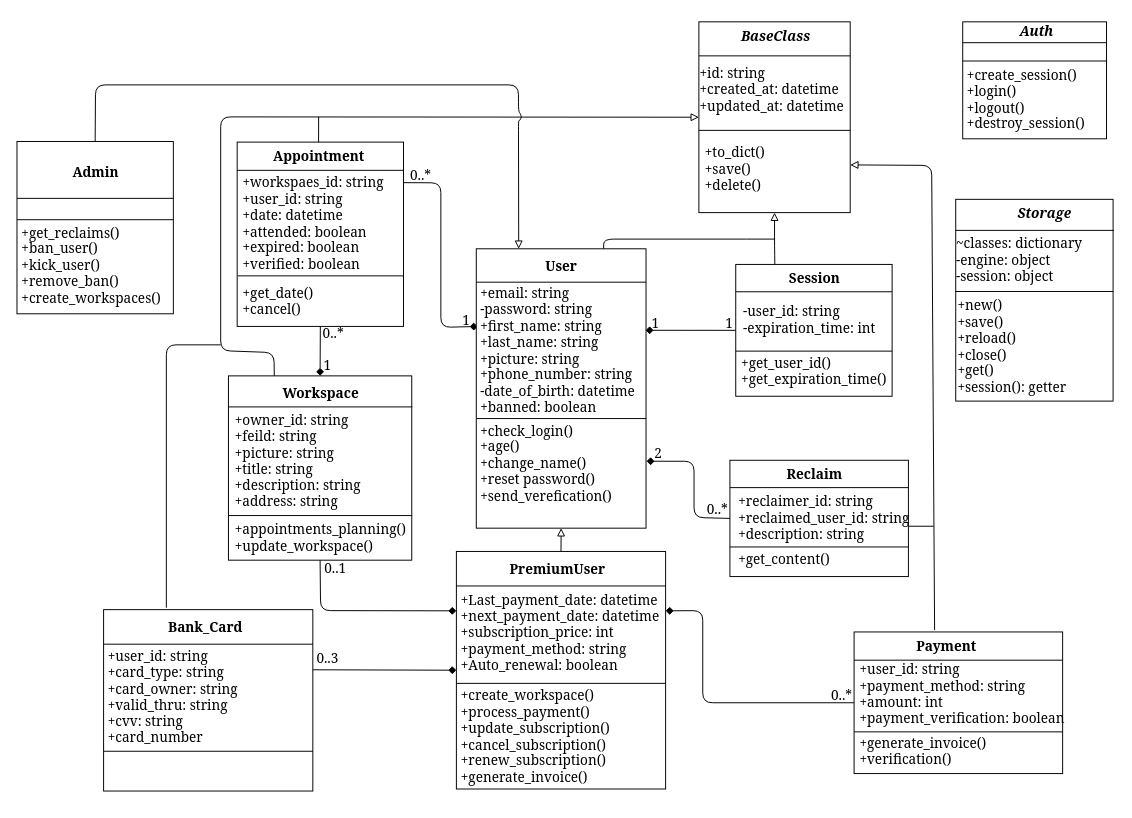
The draw.io diagram UML/class_diagram/diagram.dio in Kolapo-code/Booker, before the edit. Source tidied: cells renumbered, new cells numbered last; positions are measured from the earlier drawing's top-left corner, leaving out a move shared by most shapes. Both pictures are drawn from the tidied source at 97%, with x=0, y=0 at pixel (16, 16).
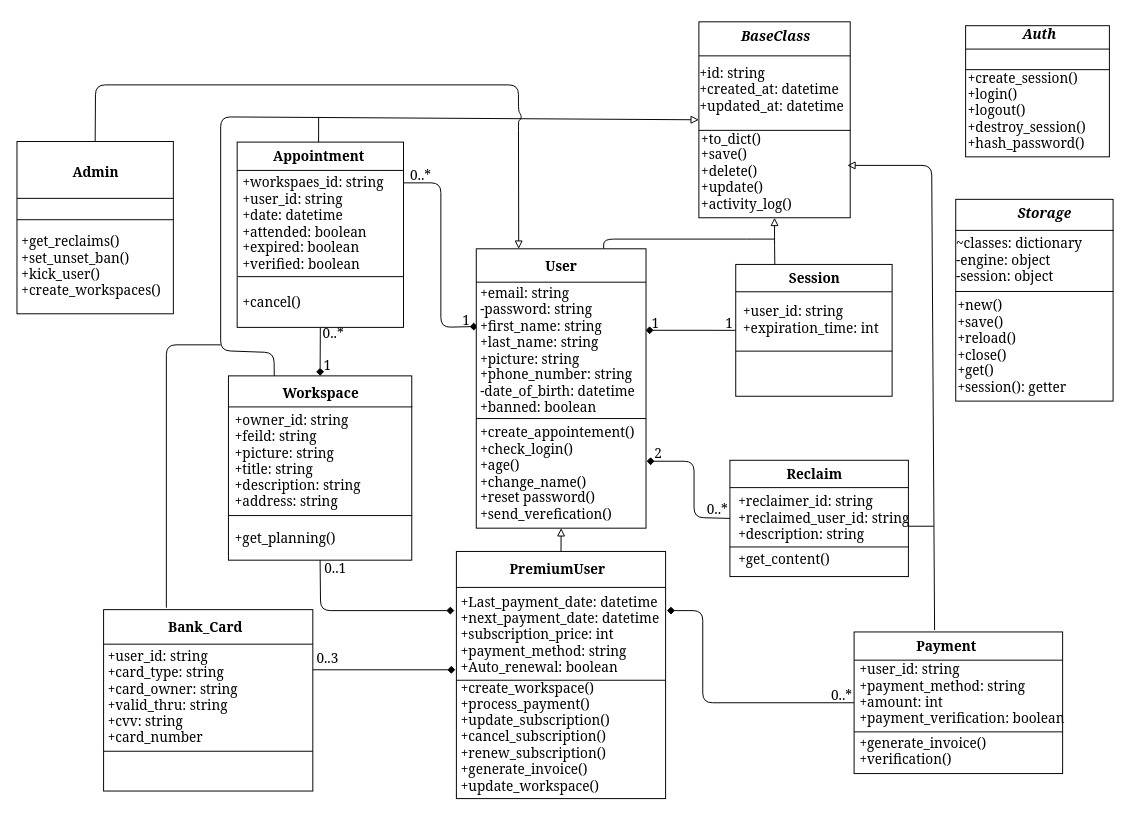
After the change.

Unchanged cells that the change refers to:
```xml
<mxCell id="23" style="rounded=0;whiteSpace=wrap;html=1;fillColor=#ffffff;strokeColor=#000000;" parent="1" vertex="1">
  <mxGeometry x="218" y="370" width="189" height="190" as="geometry" />
</mxCell>
<mxCell id="50" style="rounded=0;whiteSpace=wrap;html=1;fillColor=#ffffff;strokeColor=#000000;" parent="49" vertex="1">
  <mxGeometry width="215" height="146" as="geometry" />
</mxCell>
<mxCell id="68" style="group;" parent="1" vertex="1">
  <mxGeometry x="733" y="255.1" width="178" height="135.9" as="geometry" />
</mxCell>
```

The edit, as a diff of the source:
```diff
@@
     <mxCell id="2" style="group;" parent="1" vertex="1">
-      <mxGeometry x="703" y="5" width="159.5" height="199" as="geometry" />
+      <mxGeometry x="703" y="5" width="159.5" height="202" as="geometry" />
     </mxCell>
     <mxCell id="3" style="rounded=0;whiteSpace=wrap;html=1;fillColor=#ffffff;strokeColor=#000000;" parent="2" vertex="1">
-      <mxGeometry width="156" height="196.7" as="geometry" />
+      <mxGeometry width="156" height="202" as="geometry" />
     </mxCell>
@@
-    <mxCell id="8" value="&lt;div style=&quot;text-align: left; font-size: 14px;&quot;&gt;+to_dict()&lt;br&gt;+save()&lt;/div&gt;&lt;div style=&quot;text-align: left; font-size: 14px;&quot;&gt;+delete()&lt;/div&gt;" style="text;html=1;align=center;verticalAlign=middle;strokeColor=none;fillColor=none;fontColor=#000000;fontFamily=Georgia;" parent="2" vertex="1">
-      <mxGeometry x="-4" y="121" width="82" height="62" as="geometry" />
+    <mxCell id="8" value="&lt;div style=&quot;text-align: left; font-size: 14px;&quot;&gt;+to_dict()&lt;br&gt;+save()&lt;/div&gt;&lt;div style=&quot;text-align: left; font-size: 14px;&quot;&gt;+delete()&lt;/div&gt;&lt;div style=&quot;text-align: left; font-size: 14px;&quot;&gt;+update()&lt;/div&gt;&lt;div style=&quot;text-align: left; font-size: 14px;&quot;&gt;+activity_log()&lt;/div&gt;" style="text;html=1;align=center;verticalAlign=middle;strokeColor=none;fillColor=none;fontColor=#000000;fontFamily=Georgia;" parent="2" vertex="1">
+      <mxGeometry x="-6" y="106" width="110" height="96" as="geometry" />
     </mxCell>
@@
     <mxCell id="16" style="group;" parent="1" vertex="1">
-      <mxGeometry x="227" y="129" width="172" height="190" as="geometry" />
+      <mxGeometry x="227" y="129" width="172" height="191" as="geometry" />
     </mxCell>
     <mxCell id="17" style="rounded=0;whiteSpace=wrap;html=1;fillColor=#ffffff;strokeColor=#000000;" parent="16" vertex="1">
-      <mxGeometry width="171.5" height="190" as="geometry" />
+      <mxGeometry width="171.5" height="191" as="geometry" />
     </mxCell>
     <mxCell id="18" style="endArrow=none;html=1;entryX=1;entryY=0.25;entryDx=0;entryDy=0;exitX=0;exitY=0.25;exitDx=0;exitDy=0;strokeColor=#000000;rounded=0;" parent="16" edge="1">
       <mxGeometry relative="1" as="geometry">
-        <mxPoint x="0.5" y="137.9" as="sourcePoint" />
-        <mxPoint x="172" y="137.9" as="targetPoint" />
+        <mxPoint x="0.5" y="138.7" as="sourcePoint" />
+        <mxPoint x="172" y="138.7" as="targetPoint" />
       </mxGeometry>
     </mxCell>
     <mxCell id="19" style="endArrow=none;html=1;entryX=1;entryY=0.25;entryDx=0;entryDy=0;exitX=0;exitY=0.25;exitDx=0;exitDy=0;strokeColor=#000000;rounded=0;" parent="16" edge="1">
       <mxGeometry relative="1" as="geometry">
-        <mxPoint y="29.1" as="sourcePoint" />
-        <mxPoint x="171.5" y="29.1" as="targetPoint" />
+        <mxPoint y="29.2" as="sourcePoint" />
+        <mxPoint x="171.5" y="29.2" as="targetPoint" />
       </mxGeometry>
     </mxCell>
@@
     <mxCell id="21" value="&lt;div style=&quot;font-size: 14px;&quot;&gt;+workspaes_id: string&lt;/div&gt;&lt;div style=&quot;font-size: 14px;&quot;&gt;+user_id: string&lt;/div&gt;&lt;div style=&quot;font-size: 14px;&quot;&gt;+date: datetime&lt;/div&gt;&lt;div style=&quot;font-size: 14px;&quot;&gt;+attended: boolean&lt;/div&gt;&lt;div style=&quot;font-size: 14px;&quot;&gt;+expired: boolean&lt;/div&gt;&lt;div style=&quot;font-size: 14px;&quot;&gt;+verified: boolean&lt;/div&gt;" style="text;html=1;align=left;verticalAlign=middle;strokeColor=none;fillColor=none;fontColor=#000000;fontFamily=Georgia;" parent="16" vertex="1">
-      <mxGeometry x="4.4" y="27.7" width="157" height="113" as="geometry" />
+      <mxGeometry x="4.4" y="27.9" width="157" height="113" as="geometry" />
     </mxCell>
-    <mxCell id="22" value="&lt;div style=&quot;font-size: 14px;&quot;&gt;&lt;span style=&quot;background-color: initial;&quot;&gt;+get_date()&lt;/span&gt;&lt;br&gt;&lt;/div&gt;&lt;div style=&quot;font-size: 14px;&quot;&gt;+cancel()&lt;/div&gt;" style="text;html=1;align=left;verticalAlign=middle;strokeColor=none;fillColor=none;fontColor=#000000;fontFamily=Georgia;" parent="16" vertex="1">
-      <mxGeometry x="4.4" y="140.7" width="92" height="46" as="geometry" />
+    <mxCell id="22" value="&lt;div style=&quot;font-size: 14px;&quot;&gt;&lt;span style=&quot;background-color: initial;&quot;&gt;+cancel()&lt;/span&gt;&lt;br&gt;&lt;/div&gt;" style="text;html=1;align=left;verticalAlign=middle;strokeColor=none;fillColor=none;fontColor=#000000;fontFamily=Georgia;" parent="16" vertex="1">
+      <mxGeometry x="4.4" y="150.5" width="76" height="29" as="geometry" />
     </mxCell>
@@
-    <mxCell id="28" value="&lt;div style=&quot;font-size: 14px;&quot;&gt;+appointments_planning()&lt;/div&gt;&lt;div style=&quot;font-size: 14px;&quot;&gt;&lt;span style=&quot;background-color: initial;&quot;&gt;+update_workspace()&lt;/span&gt;&lt;/div&gt;" style="text;html=1;align=left;verticalAlign=middle;strokeColor=none;fillColor=none;fontColor=#000000;fontFamily=Georgia;" parent="1" vertex="1">
-      <mxGeometry x="222.8" y="514" width="188" height="46" as="geometry" />
+    <mxCell id="28" value="&lt;div style=&quot;font-size: 14px;&quot;&gt;+get_planning()&lt;/div&gt;" style="text;html=1;align=left;verticalAlign=middle;strokeColor=none;fillColor=none;fontColor=#000000;fontFamily=Georgia;" parent="1" vertex="1">
+      <mxGeometry x="222.8" y="523" width="120" height="29" as="geometry" />
     </mxCell>
     <mxCell id="29" style="group;" parent="1" vertex="1">
-      <mxGeometry x="473.5" y="239" width="177" height="288" as="geometry" />
+      <mxGeometry x="473.5" y="239" width="177" height="297" as="geometry" />
     </mxCell>
@@
-    <mxCell id="34" value="&lt;div style=&quot;font-size: 14px;&quot;&gt;+check_login()&lt;/div&gt;&lt;div style=&quot;font-size: 14px;&quot;&gt;+age()&lt;/div&gt;&lt;div style=&quot;font-size: 14px;&quot;&gt;+change_name()&lt;/div&gt;&lt;div style=&quot;font-size: 14px;&quot;&gt;+reset password()&lt;/div&gt;&lt;div style=&quot;font-size: 14px;&quot;&gt;+send_verefication()&lt;/div&gt;" style="text;html=1;align=left;verticalAlign=middle;strokeColor=none;fillColor=none;fontColor=#000000;fontFamily=Georgia;" parent="29" vertex="1">
-      <mxGeometry x="2" y="173" width="149" height="96" as="geometry" />
+    <mxCell id="34" value="&lt;div style=&quot;font-size: 14px;&quot;&gt;+create_appointement()&lt;/div&gt;&lt;div style=&quot;font-size: 14px;&quot;&gt;+check_login()&lt;/div&gt;&lt;div style=&quot;font-size: 14px;&quot;&gt;+age()&lt;/div&gt;&lt;div style=&quot;font-size: 14px;&quot;&gt;+change_name()&lt;/div&gt;&lt;div style=&quot;font-size: 14px;&quot;&gt;+reset password()&lt;/div&gt;&lt;div style=&quot;font-size: 14px;&quot;&gt;+send_verefication()&lt;/div&gt;" style="text;html=1;align=left;verticalAlign=middle;strokeColor=none;fillColor=none;fontColor=#000000;fontFamily=Georgia;" parent="29" vertex="1">
+      <mxGeometry x="2" y="175" width="171" height="113" as="geometry" />
     </mxCell>
@@
     <mxCell id="40" style="group;" parent="1" vertex="1">
-      <mxGeometry x="453" y="551" width="218" height="247" as="geometry" />
+      <mxGeometry x="453" y="551" width="218" height="257" as="geometry" />
     </mxCell>
     <mxCell id="41" style="rounded=0;whiteSpace=wrap;html=1;fillColor=#ffffff;strokeColor=#000000;" parent="40" vertex="1">
-      <mxGeometry width="215.7" height="244.9" as="geometry" />
+      <mxGeometry width="215.7" height="254.8" as="geometry" />
     </mxCell>
     <mxCell id="42" style="endArrow=none;html=1;entryX=1;entryY=0.25;entryDx=0;entryDy=0;exitX=0;exitY=0.25;exitDx=0;exitDy=0;strokeColor=#000000;rounded=0;" parent="40" edge="1">
       <mxGeometry relative="1" as="geometry">
-        <mxPoint y="136" as="sourcePoint" />
-        <mxPoint x="215.7" y="136" as="targetPoint" />
+        <mxPoint y="132.8" as="sourcePoint" />
+        <mxPoint x="215.7" y="132.8" as="targetPoint" />
       </mxGeometry>
     </mxCell>
     <mxCell id="43" style="endArrow=none;html=1;entryX=1;entryY=0.25;entryDx=0;entryDy=0;exitX=0;exitY=0.25;exitDx=0;exitDy=0;strokeColor=#000000;rounded=0;" parent="40" edge="1">
       <mxGeometry relative="1" as="geometry">
-        <mxPoint y="35.6" as="sourcePoint" />
-        <mxPoint x="215.7" y="35.6" as="targetPoint" />
+        <mxPoint y="37.1" as="sourcePoint" />
+        <mxPoint x="215.7" y="37.1" as="targetPoint" />
       </mxGeometry>
     </mxCell>
     <mxCell id="44" value="&lt;font color=&quot;#000000&quot;&gt;&lt;span style=&quot;font-size: 14px;&quot;&gt;PremiumUser&lt;/span&gt;&lt;/font&gt;" style="text;html=1;align=center;verticalAlign=middle;strokeColor=none;fillColor=none;fontStyle=1;fontFamily=Georgia;" parent="40" vertex="1">
-      <mxGeometry x="44" y="4" width="120" height="29" as="geometry" />
+      <mxGeometry x="44" y="4.2" width="120" height="29" as="geometry" />
     </mxCell>
     <mxCell id="45" value="&lt;div style=&quot;font-size: 14px;&quot;&gt;+Last_payment_date: datetime&lt;/div&gt;&lt;div style=&quot;font-size: 14px;&quot;&gt;+next_payment_date: datetime&lt;/div&gt;&lt;div style=&quot;font-size: 14px;&quot;&gt;+subscription_price: int&lt;/div&gt;&lt;div style=&quot;font-size: 14px;&quot;&gt;+payment_method: string&lt;/div&gt;&lt;div style=&quot;font-size: 14px;&quot;&gt;+Auto_renewal: boolean&lt;/div&gt;" style="text;html=1;align=left;verticalAlign=middle;strokeColor=none;fillColor=none;fontColor=#000000;fontFamily=Georgia;" parent="40" vertex="1">
-      <mxGeometry x="3" y="36.3" width="215" height="96" as="geometry" />
+      <mxGeometry x="3" y="37.8" width="215" height="96" as="geometry" />
     </mxCell>
-    <mxCell id="46" value="&lt;div style=&quot;font-size: 14px;&quot;&gt;+create_workspace()&lt;/div&gt;&lt;div style=&quot;font-size: 14px;&quot;&gt;+process_payment()&lt;/div&gt;&lt;div style=&quot;font-size: 14px;&quot;&gt;+update_subscription()&lt;br&gt;+cancel_subscription()&lt;/div&gt;&lt;div style=&quot;font-size: 14px;&quot;&gt;+renew_subscription()&lt;br&gt;+generate_invoice()&lt;/div&gt;" style="text;html=1;align=left;verticalAlign=middle;strokeColor=none;fillColor=none;fontColor=#000000;fontFamily=Georgia;" parent="40" vertex="1">
-      <mxGeometry x="3" y="134" width="166" height="113" as="geometry" />
+    <mxCell id="46" value="&lt;div style=&quot;font-size: 14px;&quot;&gt;+create_workspace()&lt;/div&gt;&lt;div style=&quot;font-size: 14px;&quot;&gt;+process_payment()&lt;/div&gt;&lt;div style=&quot;font-size: 14px;&quot;&gt;+update_subscription()&lt;br&gt;+cancel_subscription()&lt;/div&gt;&lt;div style=&quot;font-size: 14px;&quot;&gt;+renew_subscription()&lt;br&gt;+generate_invoice()&lt;/div&gt;&lt;span style=&quot;font-size: 14px;&quot;&gt;+update_workspace()&lt;/span&gt;" style="text;html=1;align=left;verticalAlign=middle;strokeColor=none;fillColor=none;fontColor=#000000;fontFamily=Georgia;" parent="40" vertex="1">
+      <mxGeometry x="3" y="125.8" width="166" height="130" as="geometry" />
     </mxCell>
-    <mxCell id="47" style="endArrow=none;html=1;strokeColor=#000000;fontFamily=Georgia;fontSize=14;fontColor=#000000;sourcePerimeterSpacing=0;targetPerimeterSpacing=0;jumpSize=0;endFill=0;startArrow=diamond;startFill=1;entryX=0;entryY=0.5;entryDx=0;entryDy=0;exitX=1;exitY=0.25;exitDx=0;exitDy=0;" parent="1" edge="1" source="41" target="50">
+    <mxCell id="47" style="endArrow=none;html=1;strokeColor=#000000;fontFamily=Georgia;fontSize=14;fontColor=#000000;sourcePerimeterSpacing=0;targetPerimeterSpacing=0;jumpSize=0;endFill=0;startArrow=diamond;startFill=1;entryX=0;entryY=0.5;entryDx=0;entryDy=0;" parent="1" edge="1" target="50">
       <mxGeometry relative="1" as="geometry">
+        <mxPoint x="670" y="612" as="sourcePoint" />
         <Array as="points">
           <mxPoint x="707" y="612" />
           <mxPoint x="707" y="707" />
         </Array>
       </mxGeometry>
     </mxCell>
@@
-    <mxCell id="57" style="endArrow=none;html=1;strokeColor=#000000;fontFamily=Georgia;fontSize=14;fontColor=#000000;sourcePerimeterSpacing=0;targetPerimeterSpacing=0;jumpSize=0;entryX=0.5;entryY=1;entryDx=0;entryDy=0;exitX=0;exitY=0.25;exitDx=0;exitDy=0;endFill=0;startArrow=diamond;startFill=1;" parent="1" edge="1" source="41" target="23">
+    <mxCell id="57" style="endArrow=none;html=1;strokeColor=#000000;fontFamily=Georgia;fontSize=14;fontColor=#000000;sourcePerimeterSpacing=0;targetPerimeterSpacing=0;jumpSize=0;entryX=0.5;entryY=1;entryDx=0;entryDy=0;endFill=0;startArrow=diamond;startFill=1;" parent="1" edge="1" target="23">
       <mxGeometry relative="1" as="geometry">
+        <mxPoint x="451" y="612" as="sourcePoint" />
         <Array as="points">
           <mxPoint x="313" y="612" />
         </Array>
       </mxGeometry>
     </mxCell>
@@
-    <mxCell id="63" value="&lt;div style=&quot;font-size: 14px;&quot;&gt;+get_reclaims()&lt;br&gt;+ban_user()&lt;/div&gt;&lt;div style=&quot;font-size: 14px;&quot;&gt;+kick_user()&lt;/div&gt;&lt;div style=&quot;font-size: 14px;&quot;&gt;+remove_ban()&lt;/div&gt;&lt;div style=&quot;font-size: 14px;&quot;&gt;+create_workspaces()&lt;/div&gt;" style="text;html=1;align=left;verticalAlign=middle;strokeColor=none;fillColor=none;fontColor=#000000;fontFamily=Georgia;" parent="1" vertex="1">
-      <mxGeometry x="3.1" y="208" width="155" height="96" as="geometry" />
+    <mxCell id="63" value="&lt;div style=&quot;font-size: 14px;&quot;&gt;+get_reclaims()&lt;br&gt;+set_unset_ban()&lt;/div&gt;&lt;div style=&quot;font-size: 14px;&quot;&gt;+kick_user()&lt;/div&gt;&lt;div style=&quot;font-size: 14px;&quot;&gt;+create_workspaces()&lt;/div&gt;" style="text;html=1;align=left;verticalAlign=middle;strokeColor=none;fillColor=none;fontColor=#000000;fontFamily=Georgia;" parent="1" vertex="1">
+      <mxGeometry x="3.1" y="217" width="155" height="79" as="geometry" />
     </mxCell>
@@
-    <mxCell id="74" value="&lt;div style=&quot;font-size: 14px;&quot;&gt;-user_id: string&lt;/div&gt;&lt;div style=&quot;font-size: 14px;&quot;&gt;&lt;/div&gt;&lt;span style=&quot;font-size: 14px;&quot;&gt;-expiration_time: int&lt;/span&gt;" style="text;html=1;align=left;verticalAlign=middle;strokeColor=none;fillColor=none;fontColor=#000000;fontFamily=Georgia;" parent="68" vertex="1">
-      <mxGeometry x="14.1" y="33.9" width="149" height="46" as="geometry" />
+    <mxCell id="74" value="&lt;div style=&quot;font-size: 14px;&quot;&gt;+user_id: string&lt;/div&gt;&lt;div style=&quot;font-size: 14px;&quot;&gt;&lt;/div&gt;&lt;span style=&quot;font-size: 14px;&quot;&gt;+expiration_time: int&lt;/span&gt;" style="text;html=1;align=left;verticalAlign=middle;strokeColor=none;fillColor=none;fontColor=#000000;fontFamily=Georgia;" parent="68" vertex="1">
+      <mxGeometry x="14.1" y="33.9" width="152" height="46" as="geometry" />
     </mxCell>
-    <mxCell id="75" value="&lt;div style=&quot;font-size: 14px;&quot;&gt;+get_user_id()&lt;/div&gt;&lt;div style=&quot;font-size: 14px;&quot;&gt;+get_expiration_time()&lt;/div&gt;" style="text;html=1;align=left;verticalAlign=middle;strokeColor=none;fillColor=none;fontColor=#000000;fontFamily=Georgia;" parent="68" vertex="1">
-      <mxGeometry x="12" y="86.9" width="166" height="46" as="geometry" />
-    </mxCell>
@@
-    <mxCell id="86" style="endArrow=diamond;html=1;fontFamily=Georgia;fontSize=14;fontColor=#000000;entryX=0;entryY=0.5;entryDx=0;entryDy=0;strokeColor=#000000;endFill=1;" parent="1" edge="1" target="41">
+    <mxCell id="86" style="endArrow=diamond;html=1;fontFamily=Georgia;fontSize=14;fontColor=#000000;strokeColor=#000000;endFill=1;" parent="1" edge="1">
       <mxGeometry relative="1" as="geometry">
         <mxPoint x="305" y="673" as="sourcePoint" />
+        <mxPoint x="452" y="673" as="targetPoint" />
       </mxGeometry>
     </mxCell>
@@
     <mxCell id="89" style="group;" parent="1" vertex="1">
-      <mxGeometry x="975" y="5" width="151.5" height="122" as="geometry" />
+      <mxGeometry x="978" y="9" width="151.5" height="144" as="geometry" />
     </mxCell>
     <mxCell id="90" style="rounded=0;whiteSpace=wrap;html=1;fillColor=#ffffff;strokeColor=#000000;" parent="89" vertex="1">
-      <mxGeometry width="148.2" height="120.6" as="geometry" />
+      <mxGeometry width="148.2" height="135.2" as="geometry" />
     </mxCell>
     <mxCell id="91" style="endArrow=none;html=1;entryX=1;entryY=0.25;entryDx=0;entryDy=0;exitX=0;exitY=0.25;exitDx=0;exitDy=0;strokeColor=#000000;rounded=0;" parent="89" edge="1">
       <mxGeometry relative="1" as="geometry">
-        <mxPoint y="40.4" as="sourcePoint" />
-        <mxPoint x="148.2" y="40.4" as="targetPoint" />
+        <mxPoint y="45.3" as="sourcePoint" />
+        <mxPoint x="148.2" y="45.3" as="targetPoint" />
       </mxGeometry>
     </mxCell>
     <mxCell id="92" style="endArrow=none;html=1;entryX=1;entryY=0.25;entryDx=0;entryDy=0;exitX=0;exitY=0.25;exitDx=0;exitDy=0;strokeColor=#000000;rounded=0;" parent="89" edge="1">
       <mxGeometry relative="1" as="geometry">
-        <mxPoint y="21.5" as="sourcePoint" />
-        <mxPoint x="148.2" y="21.5" as="targetPoint" />
+        <mxPoint y="24.1" as="sourcePoint" />
+        <mxPoint x="148.2" y="24.1" as="targetPoint" />
       </mxGeometry>
     </mxCell>
     <mxCell id="93" value="&lt;font style=&quot;font-size: 14px;&quot; color=&quot;#000000&quot;&gt;&lt;i&gt;Auth&lt;/i&gt;&lt;/font&gt;" style="text;html=1;align=center;verticalAlign=middle;strokeColor=none;fillColor=none;fontStyle=1;fontFamily=Georgia;" parent="89" vertex="1">
-      <mxGeometry x="48.7" y="-5" width="54" height="29" as="geometry" />
+      <mxGeometry x="48.7" y="-5.6" width="54" height="29" as="geometry" />
     </mxCell>
     <mxCell id="94" value="&lt;div style=&quot;text-align: left; font-size: 14px;&quot;&gt;&lt;br&gt;&lt;/div&gt;" style="text;html=1;align=center;verticalAlign=middle;strokeColor=none;fillColor=none;fontColor=#000000;fontFamily=Georgia;" parent="89" vertex="1">
-      <mxGeometry x="66.3" y="35.8" width="18" height="29" as="geometry" />
+      <mxGeometry x="66.3" y="40.1" width="18" height="29" as="geometry" />
     </mxCell>
-    <mxCell id="95" value="&lt;div style=&quot;text-align: left; font-size: 14px;&quot;&gt;+create_session()&lt;br&gt;+login()&lt;/div&gt;&lt;div style=&quot;text-align: left; font-size: 14px;&quot;&gt;+logout()&lt;/div&gt;&lt;div style=&quot;text-align: left; font-size: 14px;&quot;&gt;+destroy_session()&lt;/div&gt;" style="text;html=1;align=center;verticalAlign=middle;strokeColor=none;fillColor=none;fontColor=#000000;fontFamily=Georgia;" parent="89" vertex="1">
-      <mxGeometry x="-4" y="40.4" width="137" height="79" as="geometry" />
+    <mxCell id="95" value="&lt;div style=&quot;text-align: left; font-size: 14px;&quot;&gt;+create_session()&lt;br&gt;+login()&lt;/div&gt;&lt;div style=&quot;text-align: left; font-size: 14px;&quot;&gt;+logout()&lt;/div&gt;&lt;div style=&quot;text-align: left; font-size: 14px;&quot;&gt;+destroy_session()&lt;/div&gt;&lt;div style=&quot;text-align: left; font-size: 14px;&quot;&gt;+hash_password()&lt;/div&gt;" style="text;html=1;align=center;verticalAlign=middle;strokeColor=none;fillColor=none;fontColor=#000000;fontFamily=Georgia;" parent="89" vertex="1">
+      <mxGeometry x="-6" y="40.1" width="137" height="96" as="geometry" />
     </mxCell>
@@
-    <mxCell id="103" style="group;" parent="1" vertex="1">
-      <mxGeometry x="735" y="153" width="208" height="423.9" as="geometry" />
-    </mxCell>
-    <mxCell id="104" style="endArrow=block;html=1;strokeColor=#000000;fontFamily=Georgia;fontSize=14;fontColor=#000000;sourcePerimeterSpacing=0;targetPerimeterSpacing=0;jumpSize=0;entryX=1;entryY=0.75;entryDx=0;entryDy=0;endFill=0;" parent="103" edge="1" target="3">
+    <mxCell id="104" style="endArrow=block;html=1;strokeColor=#000000;fontFamily=Georgia;fontSize=14;fontColor=#000000;sourcePerimeterSpacing=0;targetPerimeterSpacing=0;jumpSize=0;endFill=0;" parent="1" edge="1">
       <mxGeometry relative="1" as="geometry">
-        <mxPoint x="211" y="479" as="sourcePoint" />
+        <mxPoint x="946" y="632" as="sourcePoint" />
+        <mxPoint x="856" y="153" as="targetPoint" />
         <Array as="points">
-          <mxPoint x="208" />
+          <mxPoint x="943" y="153" />
         </Array>
       </mxGeometry>
     </mxCell>
-    <mxCell id="105" style="group;" parent="103" vertex="1">
-      <mxGeometry y="304" width="195.9" height="119.9" as="geometry" />
+    <mxCell id="105" style="group;" parent="1" vertex="1">
+      <mxGeometry x="735" y="457" width="195.9" height="119.9" as="geometry" />
     </mxCell>
```
